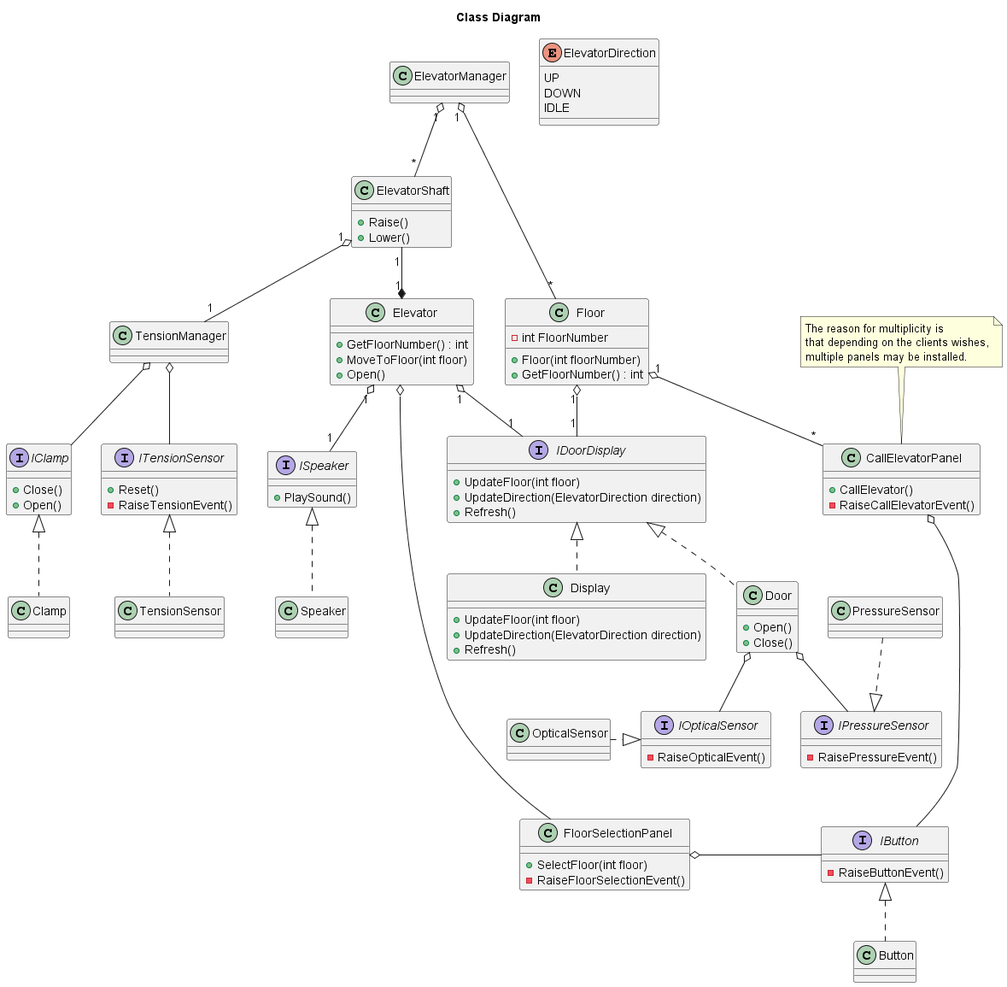
Before: Software Design & Algorithms/Elevator/out/Diagrams/Class Diagram.png, a diagram exported from PlantUML (NathanThus/Technology-Semester-3).
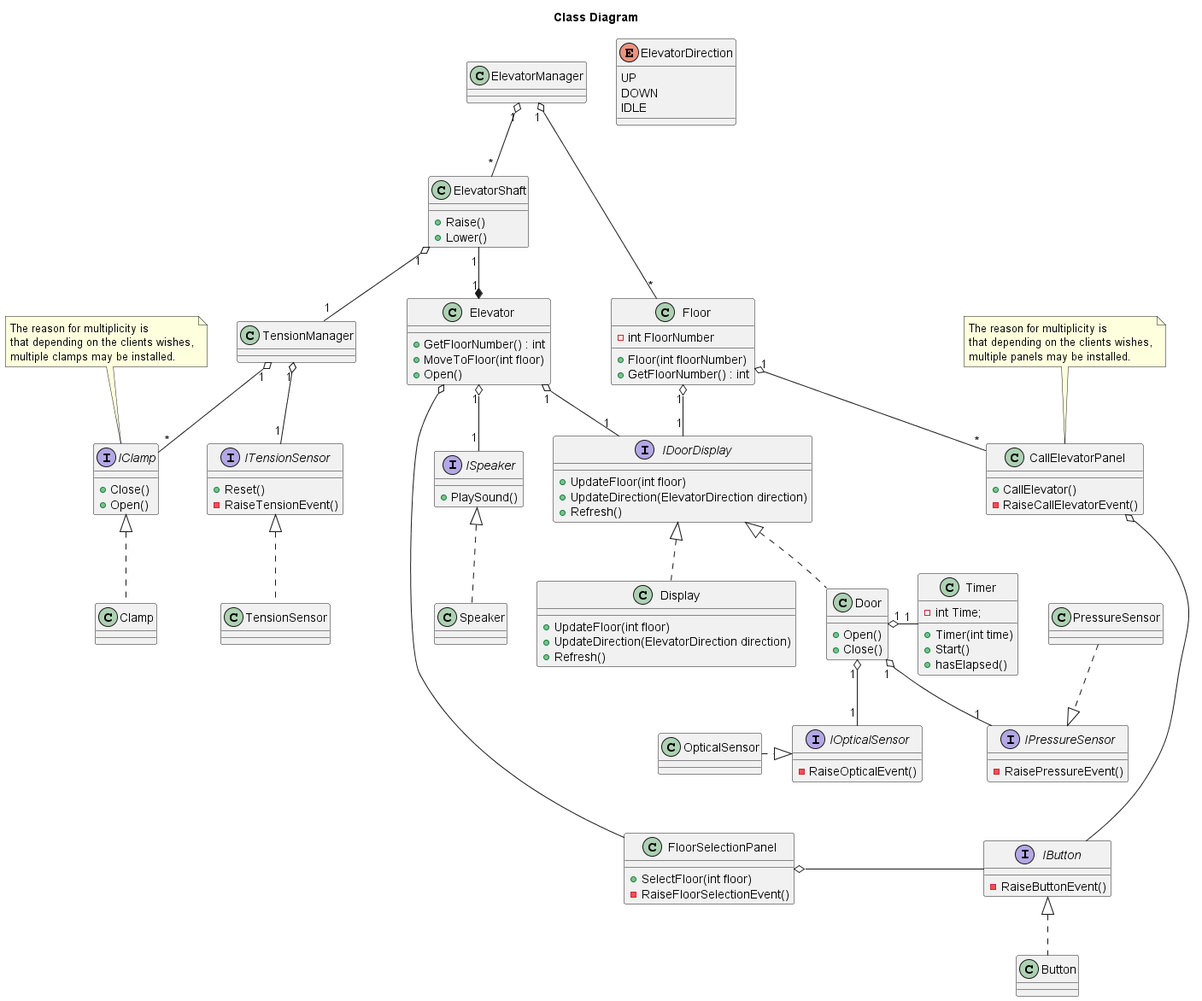
Above is the later version.

Diff of the diagram source:
```diff
@@ -104,6 +104,14 @@
     IDLE
 }
 
+class Timer
+{
+    {field} - int Time;
+    {method} + Timer(int time)
+    {method} + Start()
+    {method} + hasElapsed()
+}
+
 ElevatorManager "1" o-- "*" ElevatorShaft
 ElevatorManager "1" o-- "*" Floor
 
@@ -130,13 +138,22 @@
 IDoorDisplay <|.. Display
 IDoorDisplay <|.. Door
 
-Door o-- IPressureSensor
-Door o-- IOpticalSensor
+Door "1" o-- "1" IPressureSensor
+Door "1" o-- "1" IOpticalSensor
+Door "1" o-right- "1" Timer
+
 OpticalSensor .|> IOpticalSensor
 PressureSensor ..|> IPressureSensor
 Button .up.|> IButton
-TensionManager o-- IClamp
-TensionManager o-- ITensionSensor
+TensionManager "1" o-- "*" IClamp
+
+note top of IClamp
+    The reason for multiplicity is
+    that depending on the clients wishes,
+    multiple clamps may be installed.
+end note
+
+TensionManager "1" o-- "1" ITensionSensor
 TensionSensor .up.|> ITensionSensor
 Clamp .up.|> IClamp
 
```
